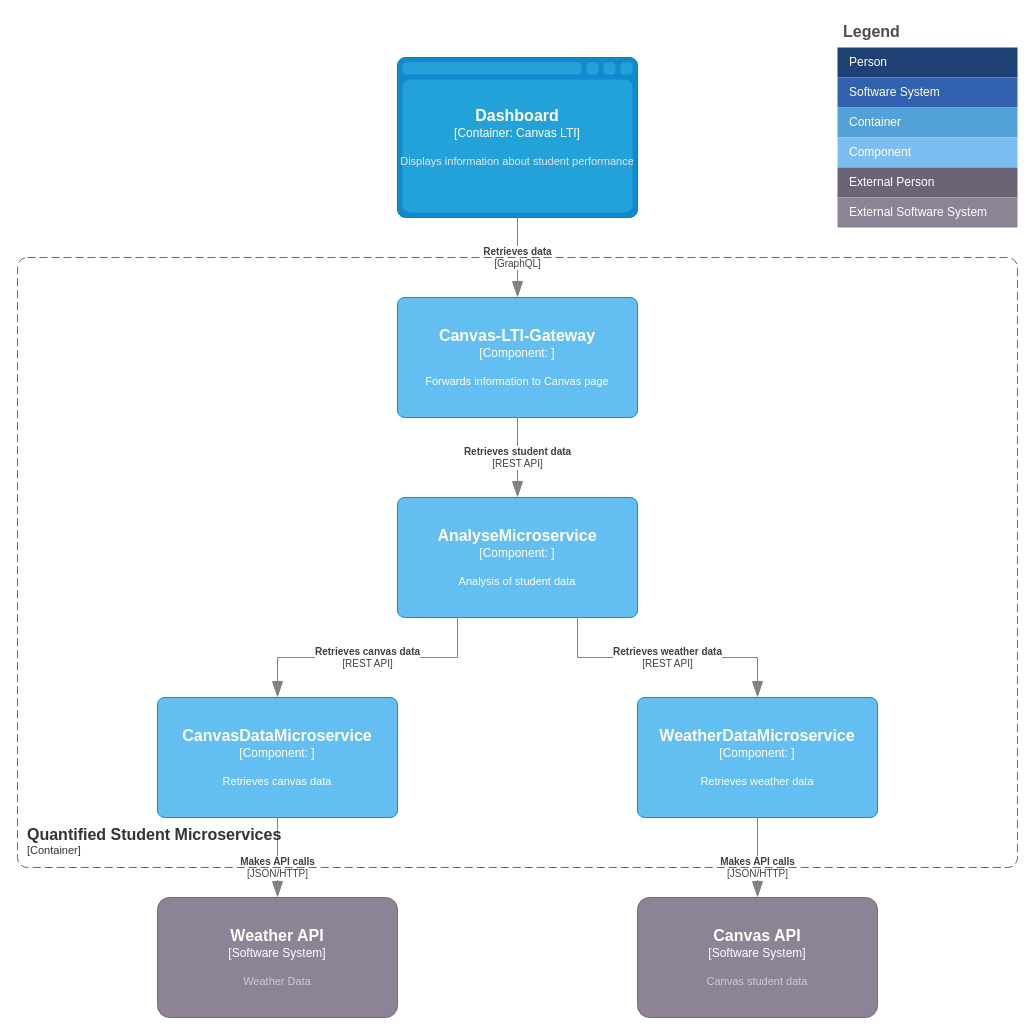
The draw.io diagram Application Architecture/QSc4_3.drawio in quantifiedstudent/QS-Docs, before the edit. Source tidied: cells renumbered, new cells numbered last; positions are measured from the earlier drawing's top-left corner, leaving out a move shared by most shapes. Both pictures are drawn from the tidied source at 100%, with x=0, y=0 at pixel (17, 17).
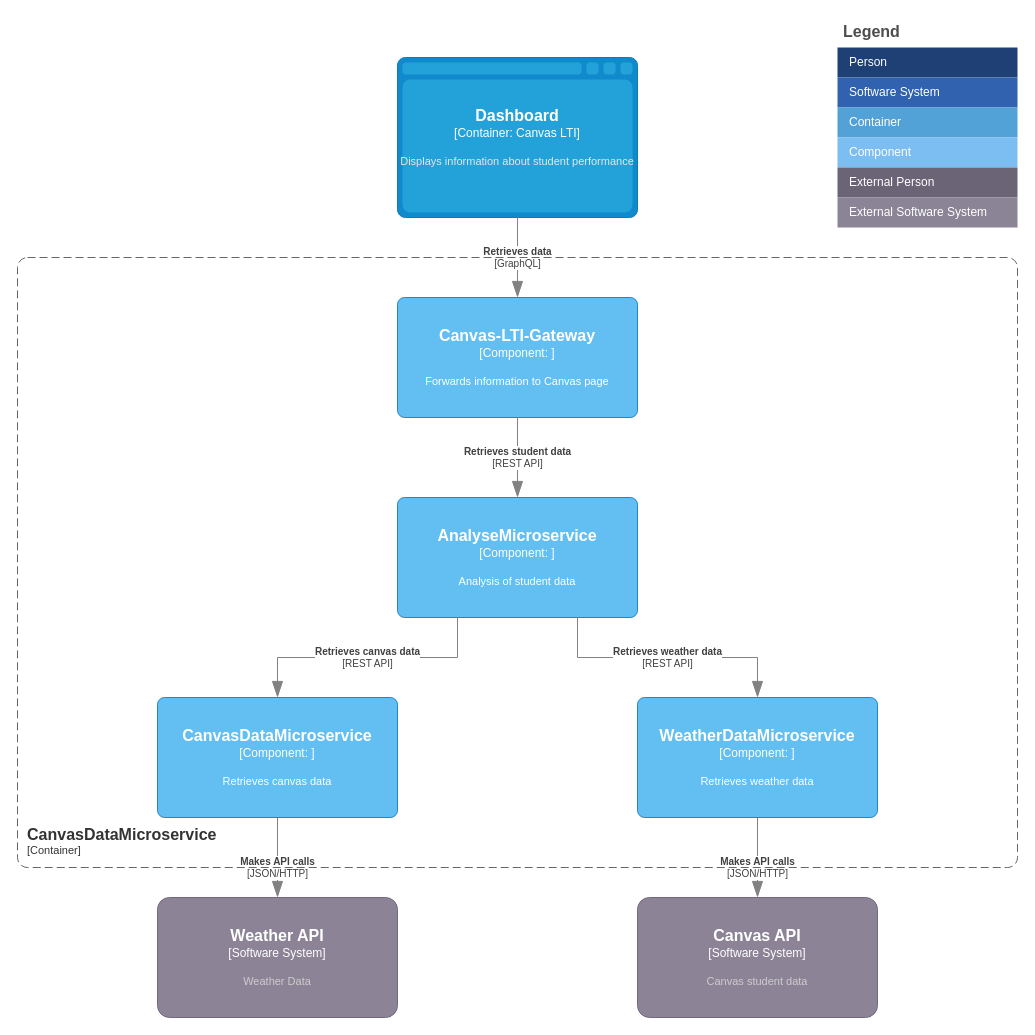
The same page after the edit.

Diff of the diagram source:
```diff
@@
-    <object id="20" label="&lt;font style=&quot;font-size: 16px&quot;&gt;&lt;b&gt;&lt;div style=&quot;text-align: left&quot;&gt;%c4Name%&lt;/div&gt;&lt;/b&gt;&lt;/font&gt;&lt;div style=&quot;text-align: left&quot;&gt;[%c4Application%]&lt;/div&gt;" c4Application="Container" c4Name="Quantified Student Microservices" placeholders="1">
+    <object id="20" label="&lt;font style=&quot;font-size: 16px&quot;&gt;&lt;b&gt;&lt;div style=&quot;text-align: left&quot;&gt;%c4Name%&lt;/div&gt;&lt;/b&gt;&lt;/font&gt;&lt;div style=&quot;text-align: left&quot;&gt;[%c4Application%]&lt;/div&gt;" c4Application="Container" c4Name="CanvasDataMicroservice" placeholders="1">
       <mxCell style="rounded=1;fontSize=11;whiteSpace=wrap;html=1;dashed=1;arcSize=20;fillColor=none;strokeColor=#666666;fontColor=#333333;labelBackgroundColor=none;align=left;verticalAlign=bottom;labelBorderColor=none;spacingTop=0;spacing=10;dashPattern=8 4;perimeter=rectanglePerimeter;noLabel=0;labelPadding=0;absoluteArcSize=1;" parent="1" vertex="1">
         <mxGeometry y="240" width="1000" height="610" as="geometry" />
       </mxCell>
     </object>
```
